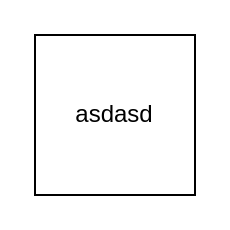
The draw.io diagram Untitled Diagram.drawio in beeplaced/beeplaced, before the edit. Source tidied: cells renumbered, new cells numbered last; positions are measured from the earlier drawing's top-left corner, leaving out a move shared by most shapes. Both pictures are drawn from the tidied source at 200%, with x=0, y=0 at pixel (34, 34).
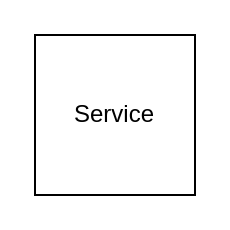
Above is the later version.

The edit, as a diff of the source:
```diff
@@
 <mxGraphModel>
   <root>
     <mxCell id="0" />
     <mxCell id="1" parent="0" />
-    <mxCell id="2" value="asdasd" style="whiteSpace=wrap;html=1;" parent="1" vertex="1">
+    <mxCell id="2" value="Service" style="whiteSpace=wrap;html=1;" parent="1" vertex="1">
       <mxGeometry width="80" height="80" as="geometry" />
     </mxCell>
   </root>
 </mxGraphModel>
```
